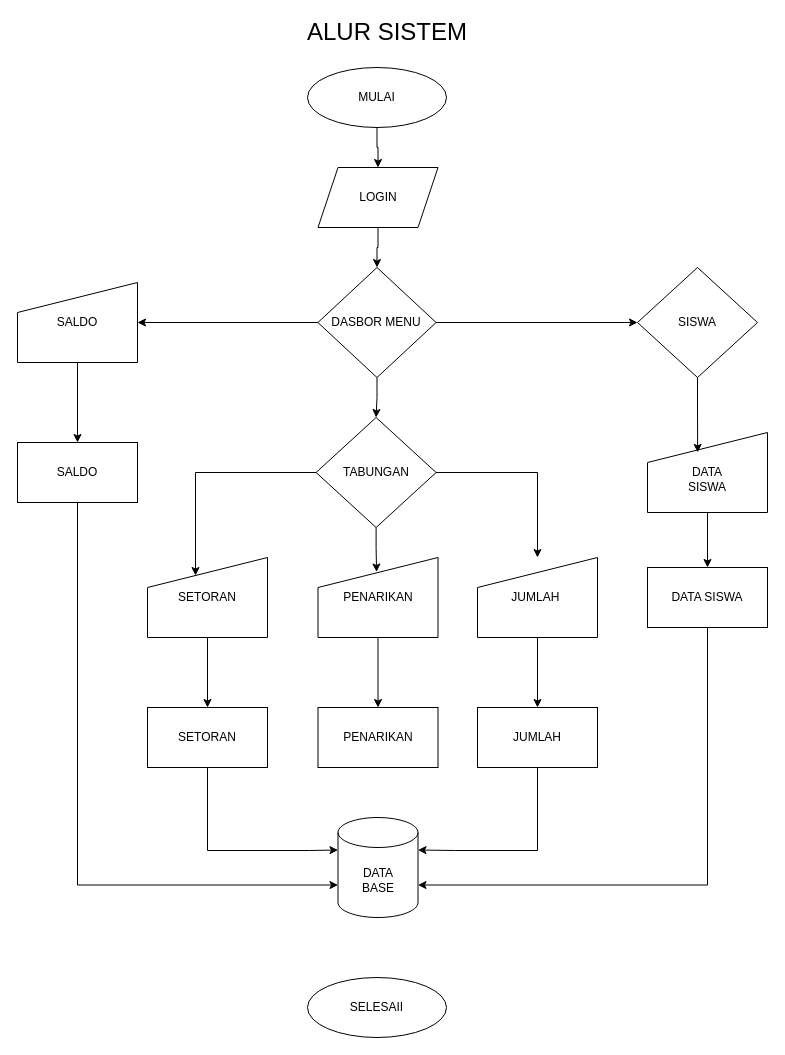
titapuspitas/Tefa-Tabungan keeps this draw.io diagram as flowchartAlurSistem.drawio. Above is the earlier version. Source tidied: cells renumbered, new cells numbered last; positions are measured from the earlier drawing's top-left corner, leaving out a move shared by most shapes. Both pictures are drawn from the tidied source at 100%, with x=0, y=0 at pixel (17, 17).
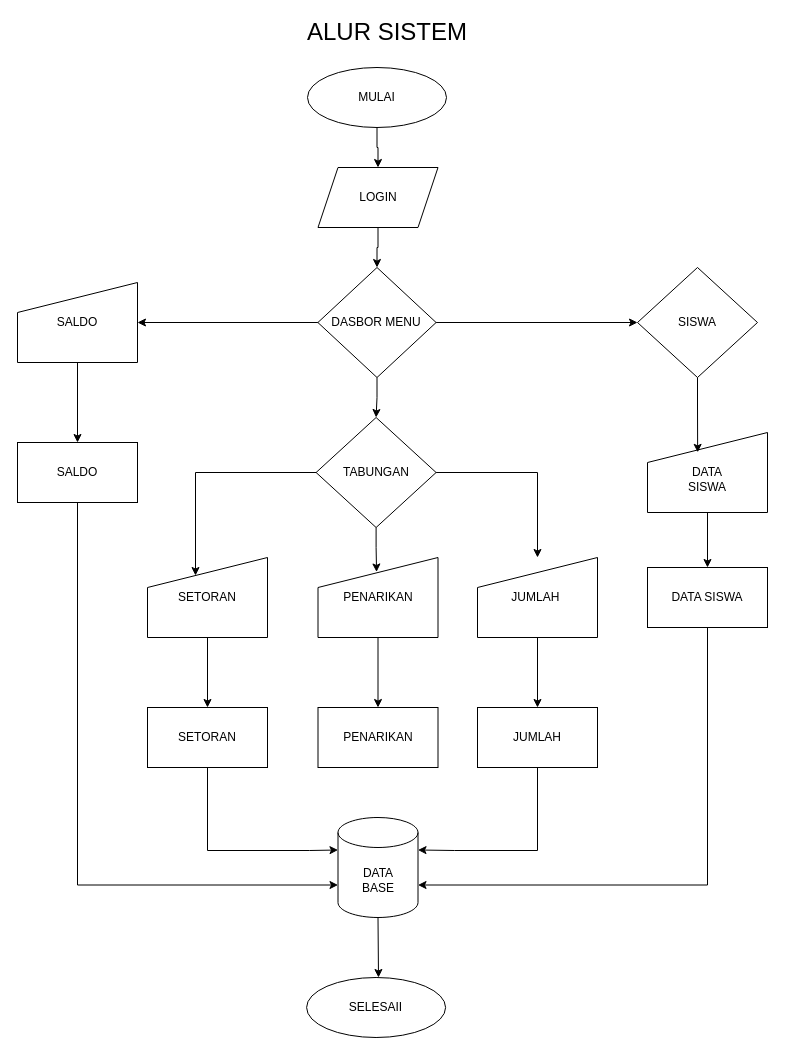
Above is the later version.

The change refers to these unchanged cells:
```xml
<mxCell id="29" value="DATA&lt;div&gt;BASE&lt;/div&gt;" style="shape=cylinder3;whiteSpace=wrap;html=1;boundedLbl=1;backgroundOutline=1;size=15;" parent="1" vertex="1">
  <mxGeometry x="320.5" y="800" width="80" height="100" as="geometry" />
</mxCell>
```

The edit, as a diff of the source:
```diff
@@
     <mxCell id="27" value="SELESAII" style="ellipse;whiteSpace=wrap;html=1;" parent="1" vertex="1">
-      <mxGeometry x="290" y="960" width="139" height="60" as="geometry" />
+      <mxGeometry x="289.1" y="960" width="139" height="60" as="geometry" />
     </mxCell>
@@
+    <mxCell id="39" style="endArrow=classic;html=1;rounded=0;exitX=0.5;exitY=1;exitDx=0;exitDy=0;exitPerimeter=0;" parent="1" edge="1" source="29">
+      <mxGeometry relative="1" as="geometry">
+        <mxPoint x="361" y="960" as="targetPoint" />
+      </mxGeometry>
+    </mxCell>
```
